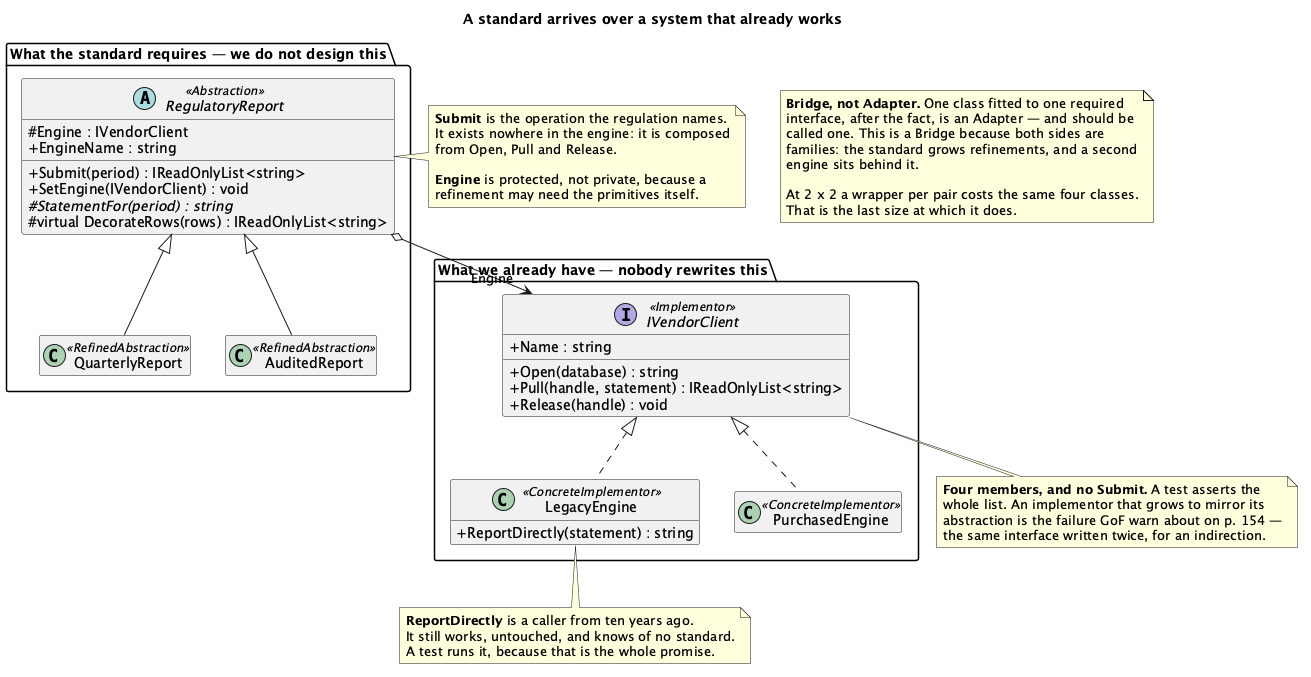
Before: Bridge/src/Bridge/Retrofit/uml/Bridge - Retrofit - Class Diagram.png, a diagram exported from PlantUML (kaldiroglu/DesignPatternsWithCSharp).
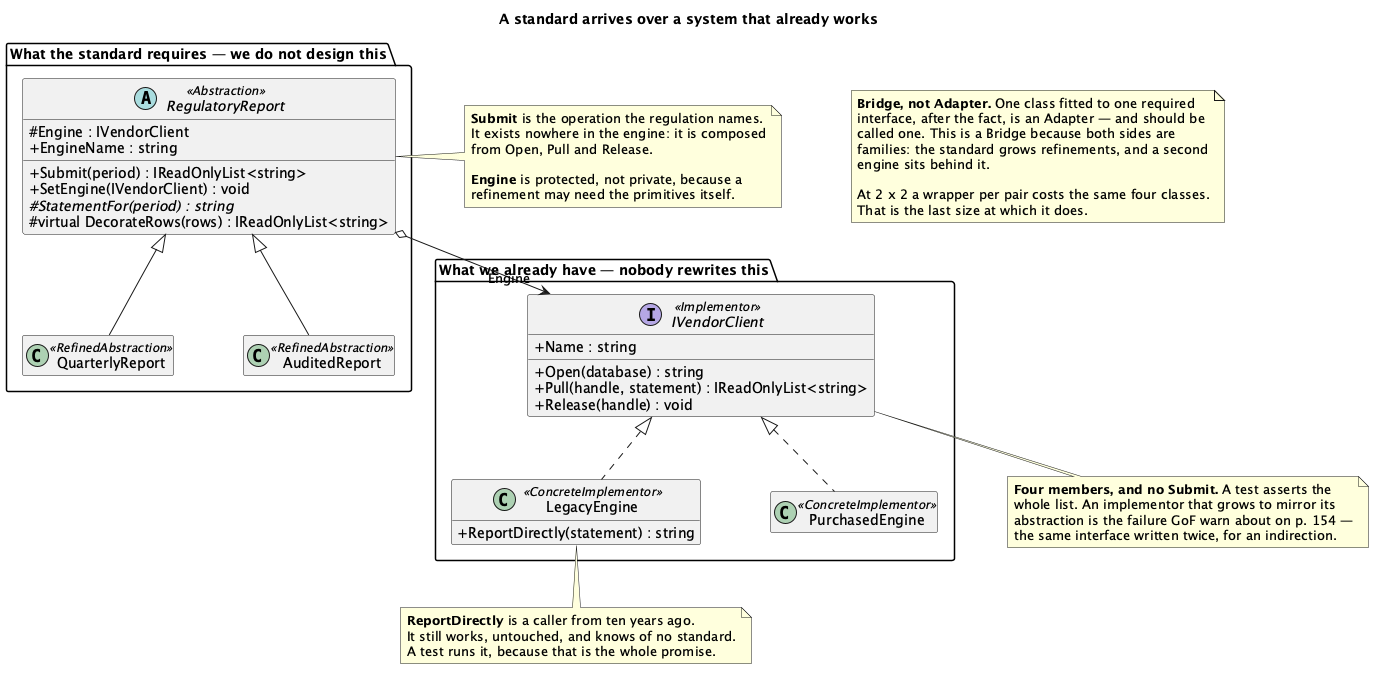
Later version of the same file.

What changed in the source:
```diff
@@ -1,4 +1,6 @@
-@startuml "Bridge - Retrofit - Class Diagram"
+@startuml
+skinparam linetype polyline
+skinparam nodesep 70
 skinparam classAttributeIconSize 0
 hide empty members
 title A standard arrives over a system that already works
@@ -33,7 +35,6 @@
   IVendorClient <|.. PurchasedEngine
 }
 
-RegulatoryReport o--> "Engine" IVendorClient
 
 note right of RegulatoryReport
   <b>Submit</b> is the operation the regulation names.
@@ -67,4 +68,5 @@
   At 2 x 2 a wrapper per pair costs the same four classes.
   That is the last size at which it does.
 end note
+RegulatoryReport o--> "Engine" IVendorClient
 @enduml
```
